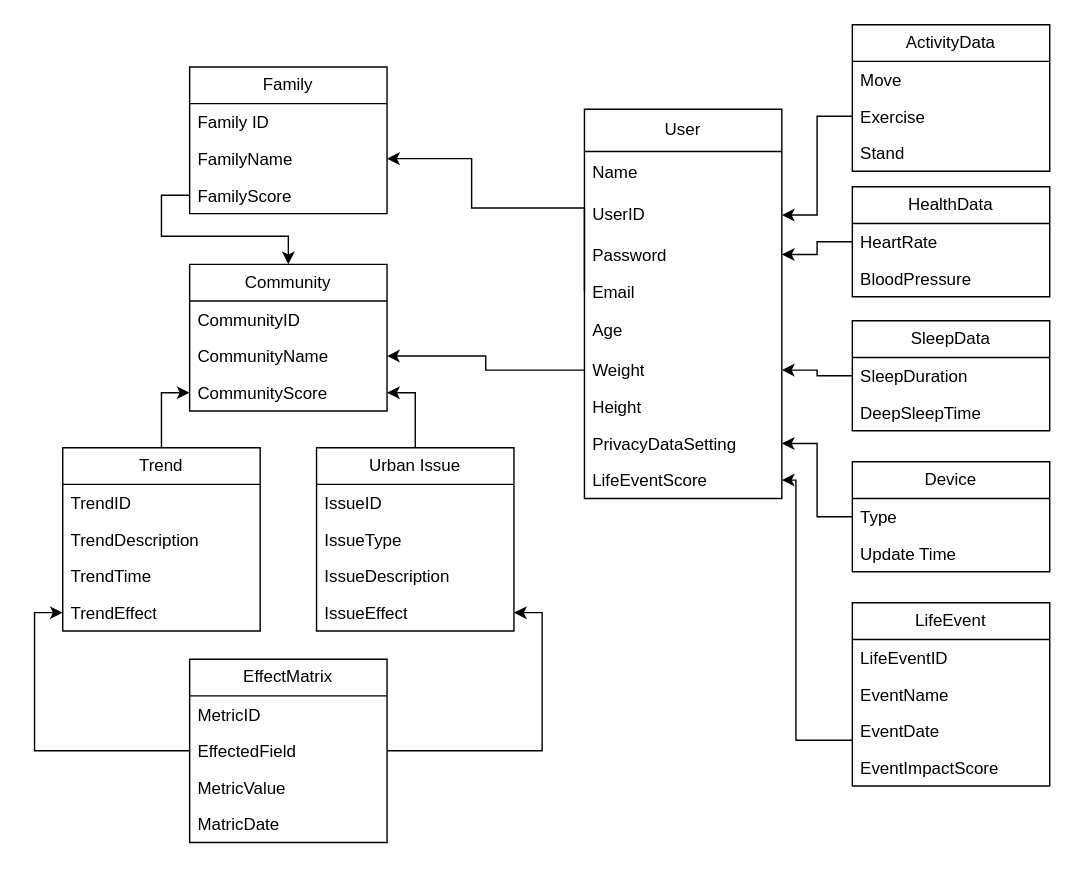
Above: 1/INFO 5100/Asmts/Group Assignment 1/Deliverables/Domain Model.drawio in yfeng445/NEU (draw.io), before the change. Source tidied: cells renumbered, new cells numbered last; positions are measured from the earlier drawing's top-left corner, leaving out a move shared by most shapes. Both pictures are drawn from the tidied source at 141%, with x=0, y=0 at pixel (62, 24).
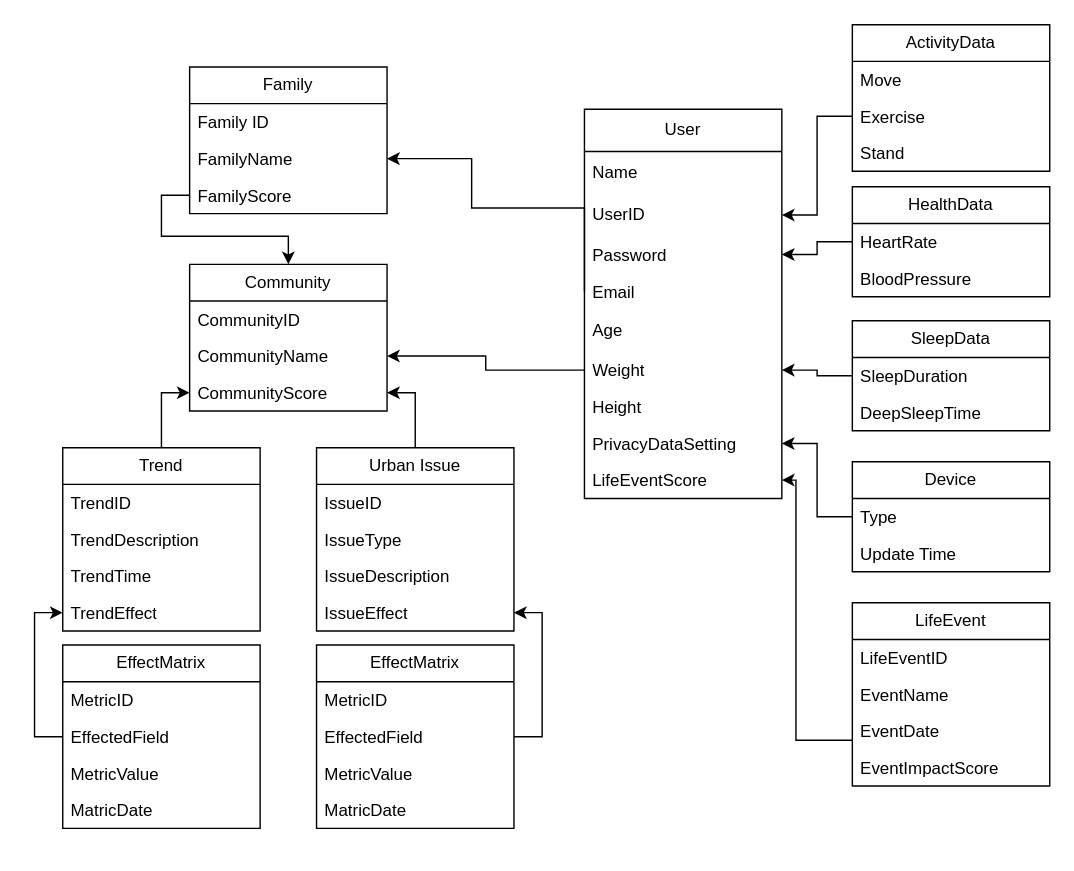
Above is the later version.

The change refers to these unchanged cells:
```xml
<mxCell id="51" value="IssueEffect" style="text;strokeColor=none;fillColor=none;align=left;verticalAlign=top;spacingLeft=4;spacingRight=4;overflow=hidden;points=[[0,0.5],[1,0.5]];portConstraint=eastwest;whiteSpace=wrap;html=1;" parent="47" vertex="1">
  <mxGeometry y="104" width="140" height="26" as="geometry" />
</mxCell>
```

Change to the diagram source:
```diff
@@
-    <mxCell id="59" style="edgeStyle=orthogonalEdgeStyle;rounded=0;jettySize=auto;html=1;exitX=1;exitY=0.5;exitDx=0;exitDy=0;entryX=1;entryY=0.5;entryDx=0;entryDy=0;" parent="1" edge="1" source="60" target="51">
+    <mxCell id="59" style="edgeStyle=orthogonalEdgeStyle;rounded=0;jettySize=auto;html=1;exitX=1;exitY=0.5;exitDx=0;exitDy=0;entryX=1;entryY=0.5;entryDx=0;entryDy=0;" parent="1" edge="1" source="67" target="51">
       <mxGeometry relative="1" as="geometry" />
     </mxCell>
     <mxCell id="60" value="EffectMatrix" style="swimlane;fontStyle=0;horizontal=1;startSize=26;fillColor=none;whiteSpace=wrap;html=1;" parent="1" vertex="1">
-      <mxGeometry x="90" y="450" width="140" height="130" as="geometry" />
+      <mxGeometry y="440" width="140" height="130" as="geometry" />
     </mxCell>
@@
+    <mxCell id="65" value="EffectMatrix" style="swimlane;fontStyle=0;horizontal=1;startSize=26;fillColor=none;whiteSpace=wrap;html=1;" parent="1" vertex="1">
+      <mxGeometry x="180" y="440" width="140" height="130" as="geometry" />
+    </mxCell>
+    <mxCell id="66" value="MetricID" style="text;strokeColor=none;fillColor=none;align=left;verticalAlign=top;spacingLeft=4;spacingRight=4;overflow=hidden;whiteSpace=wrap;html=1;" parent="65" vertex="1">
+      <mxGeometry y="26" width="140" height="26" as="geometry" />
+    </mxCell>
+    <mxCell id="67" value="EffectedField" style="text;strokeColor=none;fillColor=none;align=left;verticalAlign=top;spacingLeft=4;spacingRight=4;overflow=hidden;points=[[0,0.5],[1,0.5]];portConstraint=eastwest;whiteSpace=wrap;html=1;" parent="65" vertex="1">
+      <mxGeometry y="52" width="140" height="26" as="geometry" />
+    </mxCell>
+    <mxCell id="68" value="MetricValue" style="text;strokeColor=none;fillColor=none;align=left;verticalAlign=top;spacingLeft=4;spacingRight=4;overflow=hidden;whiteSpace=wrap;html=1;" parent="65" vertex="1">
+      <mxGeometry y="78" width="140" height="26" as="geometry" />
+    </mxCell>
+    <mxCell id="69" value="MatricDate" style="text;strokeColor=none;fillColor=none;align=left;verticalAlign=top;spacingLeft=4;spacingRight=4;overflow=hidden;whiteSpace=wrap;html=1;" parent="65" vertex="1">
+      <mxGeometry y="104" width="140" height="26" as="geometry" />
+    </mxCell>
```
